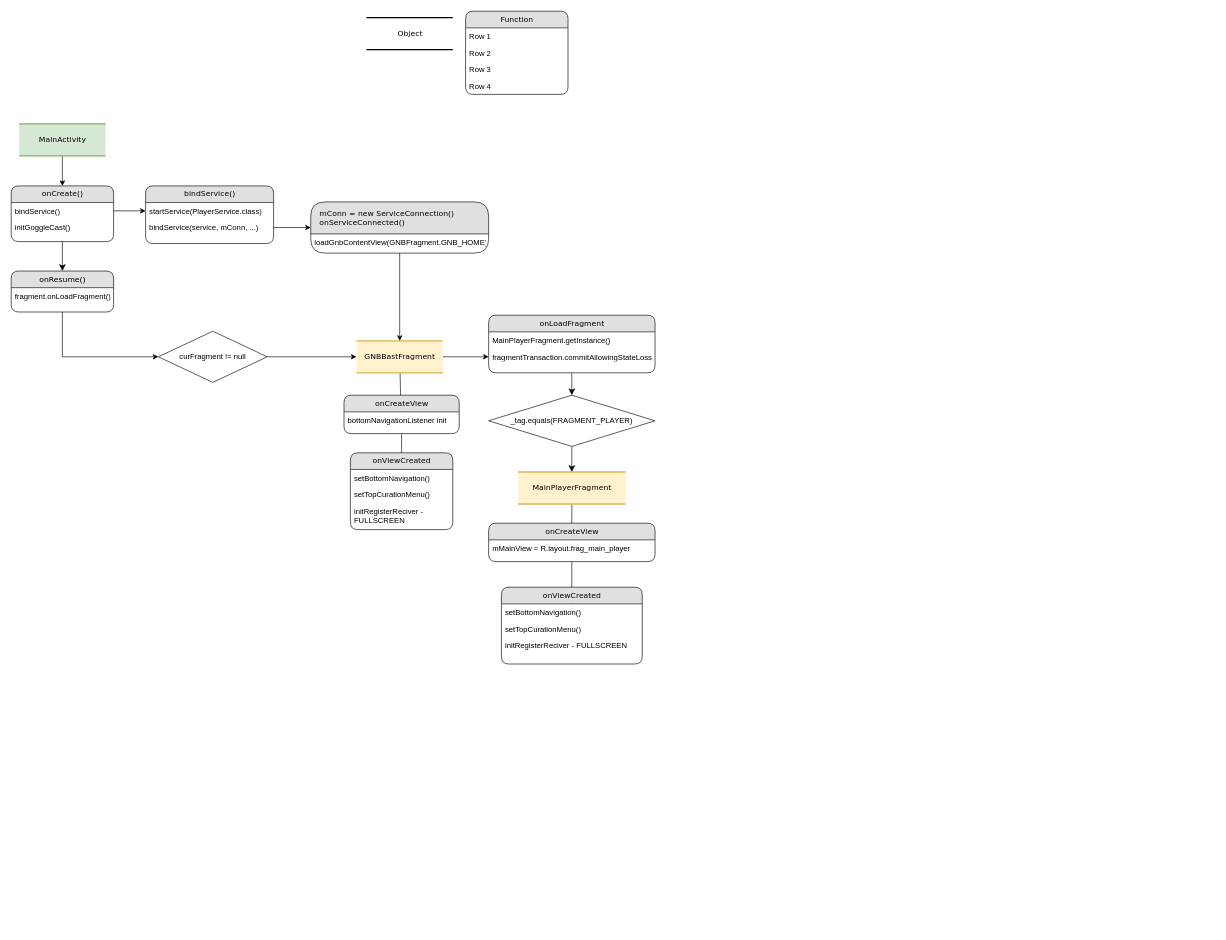
Earlier version of the draw.io diagram myk-adStream.drawio (b3lon9/uml). Source tidied: cells renumbered, new cells numbered last; positions are measured from the earlier drawing's top-left corner, leaving out a move shared by most shapes. Both pictures are drawn from the tidied source at 64%, with x=0, y=0 at pixel (11, 11).
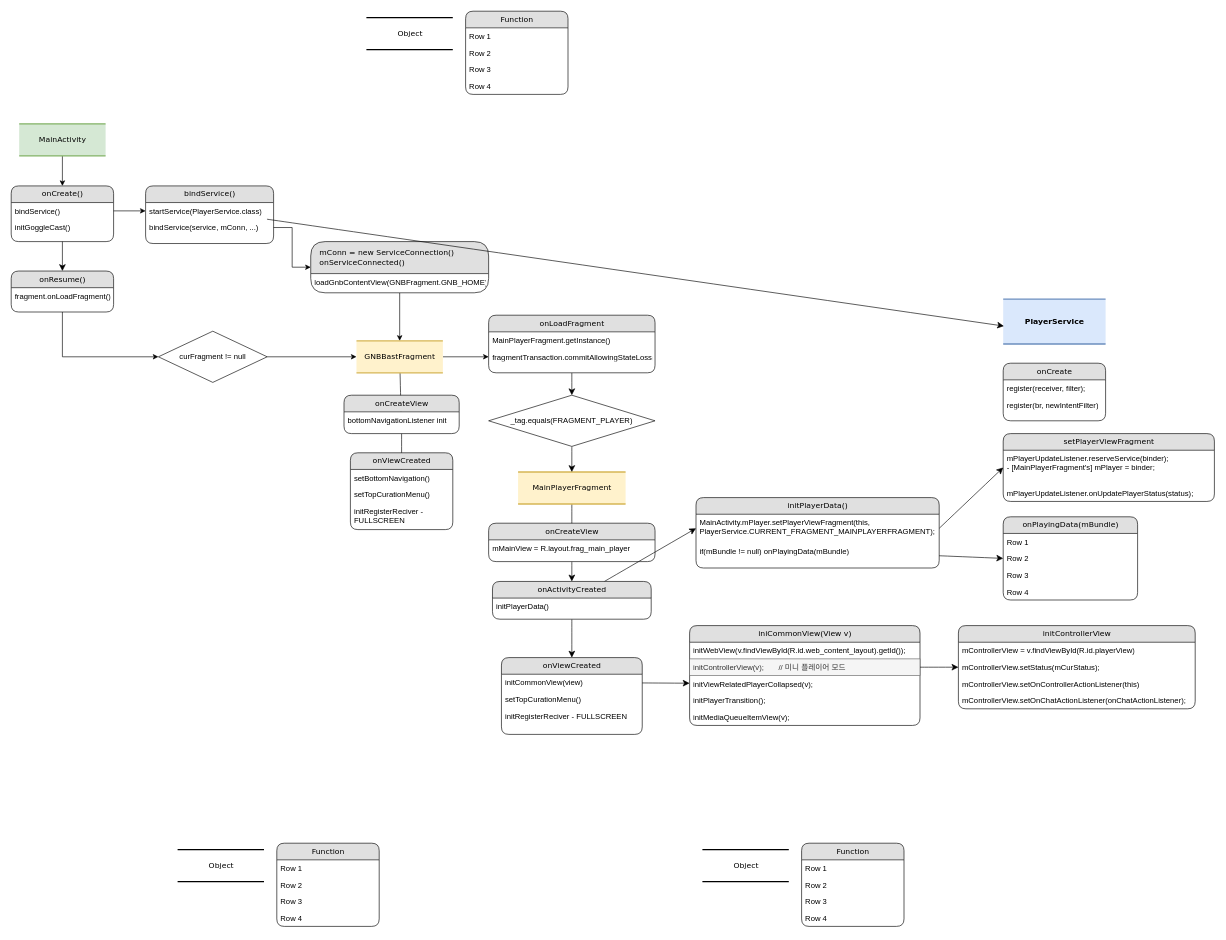
The same page after the edit.

The change refers to these unchanged cells:
```xml
<mxCell id="27" value="startService(PlayerService.class)" style="text;html=1;strokeColor=none;fillColor=none;spacingLeft=4;spacingRight=4;whiteSpace=wrap;overflow=hidden;points=[[0,0.5],[1,0.5]];portConstraint=eastwest;" parent="26" vertex="1">
  <mxGeometry y="26" width="200" height="26" as="geometry" />
</mxCell>
<mxCell id="46" value="onCreateView" style="swimlane;html=1;fontStyle=0;horizontal=1;startSize=26;fillColor=#e0e0e0;swimlaneFillColor=#ffffff;align=center;rounded=1;shadow=0;comic=0;labelBackgroundColor=none;strokeWidth=1;fontFamily=Verdana;fontSize=12;" parent="1" vertex="1">
  <mxGeometry x="746" y="800" width="260" height="60" as="geometry" />
</mxCell>
<mxCell id="51" value="initRegisterReciver - FULLSCREEN" style="text;html=1;strokeColor=none;fillColor=none;spacingLeft=4;spacingRight=4;whiteSpace=wrap;overflow=hidden;points=[[0,0.5],[1,0.5]];portConstraint=eastwest;" parent="48" vertex="1">
  <mxGeometry y="78" width="220" height="42" as="geometry" />
</mxCell>
```

Change to the diagram source:
```diff
@@
     <mxCell id="30" value="mConn = new ServiceConnection()&lt;br&gt;onServiceConnected()" style="swimlane;html=1;fontStyle=0;horizontal=1;startSize=50;fillColor=#e0e0e0;swimlaneFillColor=#ffffff;align=left;rounded=1;shadow=0;comic=0;labelBackgroundColor=none;strokeWidth=1;fontFamily=Verdana;fontSize=12;spacingLeft=12;" parent="1" vertex="1">
-      <mxGeometry x="468" y="298" width="278" height="80" as="geometry" />
+      <mxGeometry x="468" y="360" width="278" height="80" as="geometry" />
     </mxCell>
@@
-    <mxCell id="45" style="edgeStyle=none;curved=1;rounded=0;jettySize=auto;html=1;fontSize=12;startSize=8;endSize=8;" parent="1" edge="1" source="46" target="51">
-      <mxGeometry relative="1" as="geometry" />
-    </mxCell>
+    <mxCell id="52" style="edgeStyle=none;curved=1;rounded=0;jettySize=auto;html=1;fontSize=12;startSize=8;endSize=8;entryX=0.5;entryY=0;entryDx=0;entryDy=0;" parent="1" edge="1" source="46" target="80">
+      <mxGeometry relative="1" as="geometry" />
+    </mxCell>
@@
     <mxCell id="48" value="onViewCreated" style="swimlane;html=1;fontStyle=0;horizontal=1;startSize=26;fillColor=#e0e0e0;swimlaneFillColor=#ffffff;align=center;rounded=1;shadow=0;comic=0;labelBackgroundColor=none;strokeWidth=1;fontFamily=Verdana;fontSize=12;" parent="1" vertex="1">
-      <mxGeometry x="766" y="900" width="220" height="120" as="geometry" />
+      <mxGeometry x="766" y="1010" width="220" height="120" as="geometry" />
     </mxCell>
-    <mxCell id="49" value="setBottomNavigation()" style="text;html=1;strokeColor=none;fillColor=none;spacingLeft=4;spacingRight=4;whiteSpace=wrap;overflow=hidden;points=[[0,0.5],[1,0.5]];portConstraint=eastwest;" parent="48" vertex="1">
+    <mxCell id="49" value="initCommonView(view)" style="text;html=1;strokeColor=none;fillColor=none;spacingLeft=4;spacingRight=4;whiteSpace=wrap;overflow=hidden;points=[[0,0.5],[1,0.5]];portConstraint=eastwest;" parent="48" vertex="1">
       <mxGeometry y="26" width="220" height="26" as="geometry" />
     </mxCell>
@@
+    <mxCell id="53" value="iniCommonView(View v)" style="swimlane;html=1;fontStyle=0;horizontal=1;startSize=26;fillColor=#e0e0e0;swimlaneFillColor=#ffffff;align=center;rounded=1;shadow=0;comic=0;labelBackgroundColor=none;strokeWidth=1;fontFamily=Verdana;fontSize=12;" parent="1" vertex="1">
+      <mxGeometry x="1060" y="960" width="360" height="156" as="geometry" />
+    </mxCell>
+    <mxCell id="54" value="initWebView(v.findViewById(R.id.web_content_layout).getId());" style="text;html=1;strokeColor=none;fillColor=none;spacingLeft=4;spacingRight=4;whiteSpace=wrap;overflow=hidden;" parent="53" vertex="1">
+      <mxGeometry y="26" width="360" height="26" as="geometry" />
+    </mxCell>
+    <mxCell id="55" value="initControllerView(v);&lt;span style=&quot;white-space: pre;&quot;&gt;&#9;&lt;/span&gt;// 미니 플레이어 모드" style="text;html=1;strokeColor=#666666;fillColor=#f5f5f5;spacingLeft=4;spacingRight=4;whiteSpace=wrap;overflow=hidden;points=[[0,0.5],[1,0.5]];portConstraint=eastwest;fontColor=#333333;" parent="53" vertex="1">
+      <mxGeometry y="52" width="360" height="26" as="geometry" />
+    </mxCell>
+    <mxCell id="56" value="initViewRelatedPlayerCollapsed(v);" style="text;html=1;strokeColor=none;fillColor=none;spacingLeft=4;spacingRight=4;whiteSpace=wrap;overflow=hidden;points=[[0,0.5],[1,0.5]];portConstraint=eastwest;" parent="53" vertex="1">
+      <mxGeometry y="78" width="360" height="26" as="geometry" />
+    </mxCell>
+    <mxCell id="57" value="initPlayerTransition();" style="text;html=1;strokeColor=none;fillColor=none;spacingLeft=4;spacingRight=4;whiteSpace=wrap;overflow=hidden;" parent="53" vertex="1">
+      <mxGeometry y="104" width="360" height="26" as="geometry" />
+    </mxCell>
+    <mxCell id="58" value="initMediaQueueItemView(v);" style="text;html=1;strokeColor=none;fillColor=none;spacingLeft=4;spacingRight=4;whiteSpace=wrap;overflow=hidden;" parent="53" vertex="1">
+      <mxGeometry y="130" width="360" height="26" as="geometry" />
+    </mxCell>
+    <mxCell id="59" style="edgeStyle=none;curved=1;rounded=0;jettySize=auto;html=1;fontSize=12;startSize=8;endSize=8;" parent="1" edge="1" source="49" target="56">
+      <mxGeometry relative="1" as="geometry" />
+    </mxCell>
+    <mxCell id="60" value="initControllerView" style="swimlane;html=1;fontStyle=0;horizontal=1;startSize=26;fillColor=#e0e0e0;swimlaneFillColor=#ffffff;align=center;rounded=1;shadow=0;comic=0;labelBackgroundColor=none;strokeWidth=1;fontFamily=Verdana;fontSize=12;" parent="1" vertex="1">
+      <mxGeometry x="1480" y="960" width="370" height="130" as="geometry" />
+    </mxCell>
+    <mxCell id="61" value="mControllerView = v.findViewById(R.id.playerView)" style="text;html=1;strokeColor=none;fillColor=none;spacingLeft=4;spacingRight=4;whiteSpace=wrap;overflow=hidden;" parent="60" vertex="1">
+      <mxGeometry y="26" width="370" height="26" as="geometry" />
+    </mxCell>
+    <mxCell id="62" value="mControllerView.setStatus(mCurStatus);" style="text;html=1;strokeColor=none;fillColor=none;spacingLeft=4;spacingRight=4;whiteSpace=wrap;overflow=hidden;points=[[0,0.5],[1,0.5]];portConstraint=eastwest;" parent="60" vertex="1">
+      <mxGeometry y="52" width="370" height="26" as="geometry" />
+    </mxCell>
+    <mxCell id="63" value="mControllerView.setOnControllerActionListener(this)" style="text;html=1;strokeColor=none;fillColor=none;spacingLeft=4;spacingRight=4;whiteSpace=wrap;overflow=hidden;" parent="60" vertex="1">
+      <mxGeometry y="78" width="370" height="26" as="geometry" />
+    </mxCell>
+    <mxCell id="64" value="mControllerView.setOnChatActionListener(onChatActionListener);" style="text;html=1;strokeColor=none;fillColor=none;spacingLeft=4;spacingRight=4;whiteSpace=wrap;overflow=hidden;" parent="60" vertex="1">
+      <mxGeometry y="104" width="370" height="26" as="geometry" />
+    </mxCell>
+    <mxCell id="65" style="edgeStyle=none;curved=1;rounded=0;jettySize=auto;html=1;entryX=0;entryY=0.5;entryDx=0;entryDy=0;fontSize=12;startSize=8;endSize=8;" parent="1" edge="1" source="55" target="62">
+      <mxGeometry relative="1" as="geometry" />
+    </mxCell>
+    <mxCell id="66" value="Function" style="swimlane;html=1;fontStyle=0;horizontal=1;startSize=26;fillColor=#e0e0e0;swimlaneFillColor=#ffffff;align=center;rounded=1;shadow=0;comic=0;labelBackgroundColor=none;strokeWidth=1;fontFamily=Verdana;fontSize=12;" parent="1" vertex="1">
+      <mxGeometry x="415" y="1300" width="160" height="130" as="geometry" />
+    </mxCell>
+    <mxCell id="67" value="Row 1" style="text;html=1;strokeColor=none;fillColor=none;spacingLeft=4;spacingRight=4;whiteSpace=wrap;overflow=hidden;" parent="66" vertex="1">
+      <mxGeometry y="26" width="160" height="26" as="geometry" />
+    </mxCell>
+    <mxCell id="68" value="Row 2" style="text;html=1;strokeColor=none;fillColor=none;spacingLeft=4;spacingRight=4;whiteSpace=wrap;overflow=hidden;" parent="66" vertex="1">
+      <mxGeometry y="52" width="160" height="26" as="geometry" />
+    </mxCell>
+    <mxCell id="69" value="Row 3" style="text;html=1;strokeColor=none;fillColor=none;spacingLeft=4;spacingRight=4;whiteSpace=wrap;overflow=hidden;" parent="66" vertex="1">
+      <mxGeometry y="78" width="160" height="26" as="geometry" />
+    </mxCell>
+    <mxCell id="70" value="Row 4" style="text;html=1;strokeColor=none;fillColor=none;spacingLeft=4;spacingRight=4;whiteSpace=wrap;overflow=hidden;" parent="66" vertex="1">
+      <mxGeometry y="104" width="160" height="26" as="geometry" />
+    </mxCell>
+    <mxCell id="71" value="Object" style="html=1;rounded=0;shadow=0;comic=0;labelBackgroundColor=none;strokeWidth=2;fontFamily=Verdana;fontSize=12;align=center;shape=mxgraph.ios7ui.horLines;" parent="1" vertex="1">
+      <mxGeometry x="260" y="1310" width="135" height="50" as="geometry" />
+    </mxCell>
+    <mxCell id="72" value="Function" style="swimlane;html=1;fontStyle=0;horizontal=1;startSize=26;fillColor=#e0e0e0;swimlaneFillColor=#ffffff;align=center;rounded=1;shadow=0;comic=0;labelBackgroundColor=none;strokeWidth=1;fontFamily=Verdana;fontSize=12;" parent="1" vertex="1">
+      <mxGeometry x="1235" y="1300" width="160" height="130" as="geometry" />
+    </mxCell>
+    <mxCell id="73" value="Row 1" style="text;html=1;strokeColor=none;fillColor=none;spacingLeft=4;spacingRight=4;whiteSpace=wrap;overflow=hidden;" parent="72" vertex="1">
+      <mxGeometry y="26" width="160" height="26" as="geometry" />
+    </mxCell>
+    <mxCell id="74" value="Row 2" style="text;html=1;strokeColor=none;fillColor=none;spacingLeft=4;spacingRight=4;whiteSpace=wrap;overflow=hidden;" parent="72" vertex="1">
+      <mxGeometry y="52" width="160" height="26" as="geometry" />
+    </mxCell>
+    <mxCell id="75" value="Row 3" style="text;html=1;strokeColor=none;fillColor=none;spacingLeft=4;spacingRight=4;whiteSpace=wrap;overflow=hidden;" parent="72" vertex="1">
+      <mxGeometry y="78" width="160" height="26" as="geometry" />
+    </mxCell>
+    <mxCell id="76" value="Row 4" style="text;html=1;strokeColor=none;fillColor=none;spacingLeft=4;spacingRight=4;whiteSpace=wrap;overflow=hidden;" parent="72" vertex="1">
+      <mxGeometry y="104" width="160" height="26" as="geometry" />
+    </mxCell>
+    <mxCell id="77" value="Object" style="html=1;rounded=0;shadow=0;comic=0;labelBackgroundColor=none;strokeWidth=2;fontFamily=Verdana;fontSize=12;align=center;shape=mxgraph.ios7ui.horLines;" parent="1" vertex="1">
+      <mxGeometry x="1080" y="1310" width="135" height="50" as="geometry" />
+    </mxCell>
+    <mxCell id="78" style="edgeStyle=none;curved=1;rounded=0;jettySize=auto;html=1;fontSize=12;startSize=8;endSize=8;entryX=0.5;entryY=0;entryDx=0;entryDy=0;" parent="1" edge="1" source="80" target="48">
+      <mxGeometry relative="1" as="geometry" />
+    </mxCell>
+    <mxCell id="79" style="edgeStyle=none;curved=1;rounded=0;jettySize=auto;html=1;entryX=0;entryY=0.5;entryDx=0;entryDy=0;fontSize=12;startSize=8;endSize=8;" parent="1" edge="1" source="80" target="84">
+      <mxGeometry relative="1" as="geometry" />
+    </mxCell>
+    <mxCell id="80" value="onActivityCreated" style="swimlane;html=1;fontStyle=0;horizontal=1;startSize=26;fillColor=#e0e0e0;swimlaneFillColor=#ffffff;align=center;rounded=1;shadow=0;comic=0;labelBackgroundColor=none;strokeWidth=1;fontFamily=Verdana;fontSize=12;" parent="1" vertex="1">
+      <mxGeometry x="752" y="891" width="248" height="59" as="geometry" />
+    </mxCell>
+    <mxCell id="81" value="initPlayerData()" style="text;html=1;strokeColor=none;fillColor=none;spacingLeft=4;spacingRight=4;whiteSpace=wrap;overflow=hidden;" parent="80" vertex="1">
+      <mxGeometry y="26" width="248" height="26" as="geometry" />
+    </mxCell>
+    <mxCell id="82" style="edgeStyle=none;curved=1;rounded=0;jettySize=auto;html=1;entryX=0;entryY=0.5;entryDx=0;entryDy=0;fontSize=12;startSize=8;endSize=8;exitX=1;exitY=0.5;exitDx=0;exitDy=0;" parent="1" edge="1" source="84" target="92">
+      <mxGeometry relative="1" as="geometry" />
+    </mxCell>
+    <mxCell id="83" value="initPlayerData()" style="swimlane;html=1;fontStyle=0;horizontal=1;startSize=26;fillColor=#e0e0e0;swimlaneFillColor=#ffffff;align=center;rounded=1;shadow=0;comic=0;labelBackgroundColor=none;strokeWidth=1;fontFamily=Verdana;fontSize=12;" parent="1" vertex="1">
+      <mxGeometry x="1070" y="760" width="380" height="110" as="geometry" />
+    </mxCell>
+    <mxCell id="84" value="MainActivity.mPlayer.setPlayerViewFragment(this, PlayerService.CURRENT_FRAGMENT_MAINPLAYERFRAGMENT);" style="text;html=1;strokeColor=none;fillColor=none;spacingLeft=4;spacingRight=4;whiteSpace=wrap;overflow=hidden;points=[[0,0.5],[1,0.5]];portConstraint=eastwest;" parent="83" vertex="1">
+      <mxGeometry y="26" width="380" height="44" as="geometry" />
+    </mxCell>
+    <mxCell id="85" value="if(mBundle != null) onPlayingData(mBundle)" style="text;html=1;strokeColor=none;fillColor=none;spacingLeft=4;spacingRight=4;whiteSpace=wrap;overflow=hidden;points=[[0,0.5],[1,0.5]];portConstraint=eastwest;" parent="83" vertex="1">
+      <mxGeometry y="70" width="380" height="26" as="geometry" />
+    </mxCell>
+    <mxCell id="86" value="PlayerService" style="html=1;rounded=0;shadow=0;comic=0;labelBackgroundColor=none;strokeWidth=2;fontFamily=Verdana;fontSize=12;align=center;shape=mxgraph.ios7ui.horLines;fillColor=#dae8fc;strokeColor=#6c8ebf;fontStyle=1;" parent="1" vertex="1">
+      <mxGeometry x="1550" y="450" width="160" height="70" as="geometry" />
+    </mxCell>
+    <mxCell id="87" style="edgeStyle=none;curved=1;rounded=0;jettySize=auto;html=1;entryX=0.007;entryY=0.6;entryDx=0;entryDy=0;entryPerimeter=0;fontSize=12;startSize=8;endSize=8;" parent="1" edge="1" source="27" target="86">
+      <mxGeometry relative="1" as="geometry" />
+    </mxCell>
+    <mxCell id="88" value="onCreate" style="swimlane;html=1;fontStyle=0;horizontal=1;startSize=26;fillColor=#e0e0e0;swimlaneFillColor=#ffffff;align=center;rounded=1;shadow=0;comic=0;labelBackgroundColor=none;strokeWidth=1;fontFamily=Verdana;fontSize=12;" parent="1" vertex="1">
+      <mxGeometry x="1550" y="550" width="160" height="90" as="geometry" />
+    </mxCell>
+    <mxCell id="89" value="register(receiver, filter);" style="text;html=1;strokeColor=none;fillColor=none;spacingLeft=4;spacingRight=4;whiteSpace=wrap;overflow=hidden;" parent="88" vertex="1">
+      <mxGeometry y="26" width="160" height="26" as="geometry" />
+    </mxCell>
+    <mxCell id="90" value="register(br, newIntentFilter)" style="text;html=1;strokeColor=none;fillColor=none;spacingLeft=4;spacingRight=4;whiteSpace=wrap;overflow=hidden;" parent="88" vertex="1">
+      <mxGeometry y="52" width="160" height="26" as="geometry" />
+    </mxCell>
+    <mxCell id="91" value="setPlayerViewFragment" style="swimlane;html=1;fontStyle=0;horizontal=1;startSize=26;fillColor=#e0e0e0;swimlaneFillColor=#ffffff;align=center;rounded=1;shadow=0;comic=0;labelBackgroundColor=none;strokeWidth=1;fontFamily=Verdana;fontSize=12;" parent="1" vertex="1">
+      <mxGeometry x="1550" y="660" width="330" height="106" as="geometry" />
+    </mxCell>
+    <mxCell id="92" value="mPlayerUpdateListener.reserveService(binder);&lt;br&gt;- [MainPlayerFragment's] mPlayer = binder;" style="text;html=1;strokeColor=none;fillColor=none;spacingLeft=4;spacingRight=4;whiteSpace=wrap;overflow=hidden;points=[[0,0.5],[1,0.5]];portConstraint=eastwest;" parent="91" vertex="1">
+      <mxGeometry y="26" width="330" height="54" as="geometry" />
+    </mxCell>
+    <mxCell id="93" value="mPlayerUpdateListener.onUpdatePlayerStatus(status);" style="text;html=1;strokeColor=none;fillColor=none;spacingLeft=4;spacingRight=4;whiteSpace=wrap;overflow=hidden;" parent="91" vertex="1">
+      <mxGeometry y="80" width="330" height="26" as="geometry" />
+    </mxCell>
+    <mxCell id="94" value="onPlayingData(mBundle)" style="swimlane;html=1;fontStyle=0;horizontal=1;startSize=26;fillColor=#e0e0e0;swimlaneFillColor=#ffffff;align=center;rounded=1;shadow=0;comic=0;labelBackgroundColor=none;strokeWidth=1;fontFamily=Verdana;fontSize=12;" parent="1" vertex="1">
+      <mxGeometry x="1550" y="790" width="210" height="130" as="geometry" />
+    </mxCell>
+    <mxCell id="95" value="Row 1" style="text;html=1;strokeColor=none;fillColor=none;spacingLeft=4;spacingRight=4;whiteSpace=wrap;overflow=hidden;" parent="94" vertex="1">
+      <mxGeometry y="26" width="210" height="26" as="geometry" />
+    </mxCell>
+    <mxCell id="96" value="Row 2" style="text;html=1;strokeColor=none;fillColor=none;spacingLeft=4;spacingRight=4;whiteSpace=wrap;overflow=hidden;points=[[0,0.5],[1,0.5]];portConstraint=eastwest;" parent="94" vertex="1">
+      <mxGeometry y="52" width="210" height="26" as="geometry" />
+    </mxCell>
+    <mxCell id="97" value="Row 3" style="text;html=1;strokeColor=none;fillColor=none;spacingLeft=4;spacingRight=4;whiteSpace=wrap;overflow=hidden;" parent="94" vertex="1">
+      <mxGeometry y="78" width="210" height="26" as="geometry" />
+    </mxCell>
+    <mxCell id="98" value="Row 4" style="text;html=1;strokeColor=none;fillColor=none;spacingLeft=4;spacingRight=4;whiteSpace=wrap;overflow=hidden;" parent="94" vertex="1">
+      <mxGeometry y="104" width="210" height="26" as="geometry" />
+    </mxCell>
+    <mxCell id="99" style="edgeStyle=none;curved=1;rounded=0;jettySize=auto;html=1;entryX=0;entryY=0.5;entryDx=0;entryDy=0;fontSize=12;startSize=8;endSize=8;" parent="1" edge="1" source="85" target="96">
+      <mxGeometry relative="1" as="geometry" />
+    </mxCell>
```
